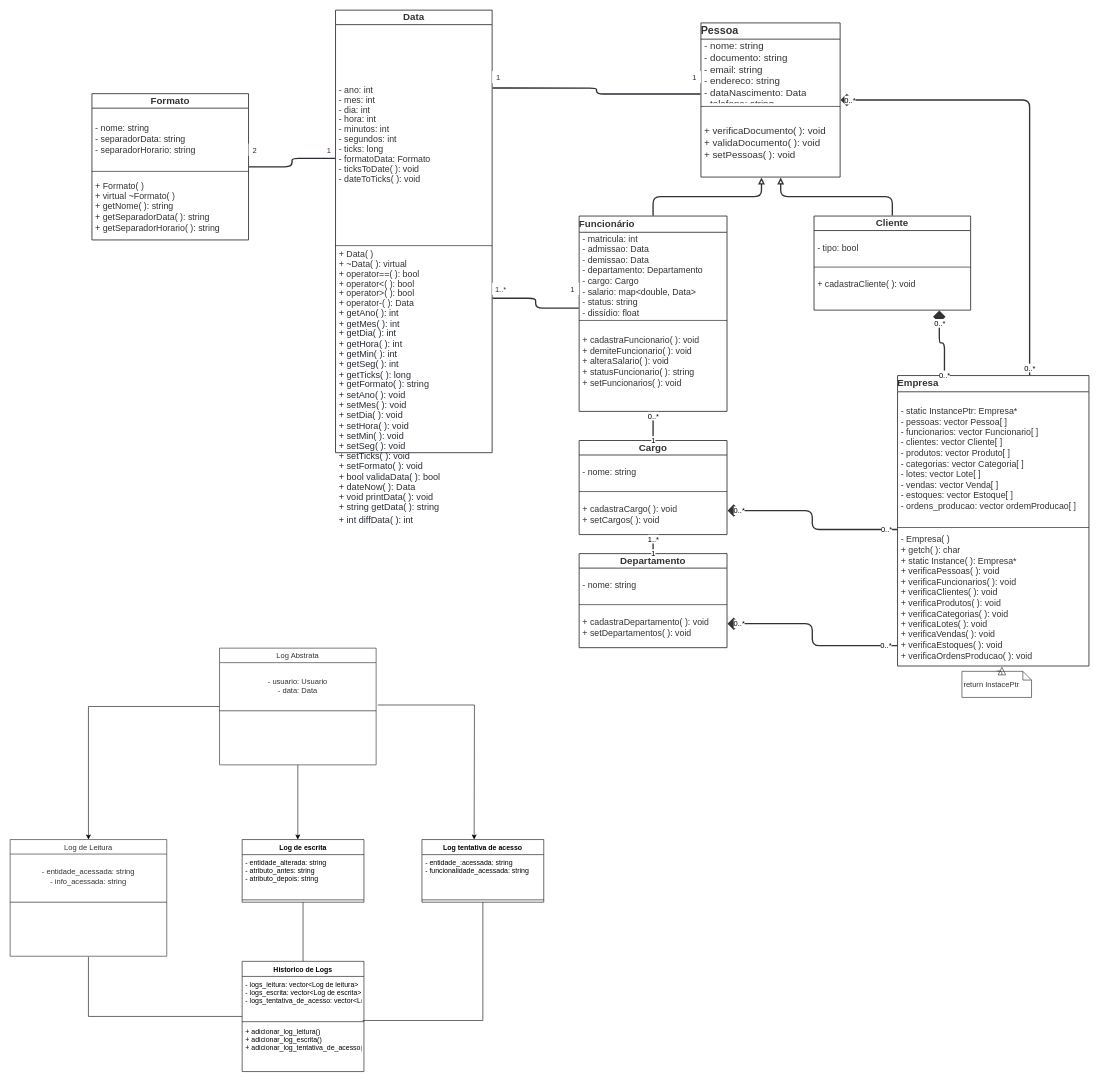
Above: page "Página-1" (1 of 2) of Diagrama sem nome.drawio in Biel-Maia/POO (draw.io), before the change. Source tidied: cells renumbered, new cells numbered last; positions are measured from the earlier drawing's top-left corner, leaving out a move shared by most shapes. Both pictures are drawn from the tidied source at 58%, with x=0, y=0 at pixel (10, 10).
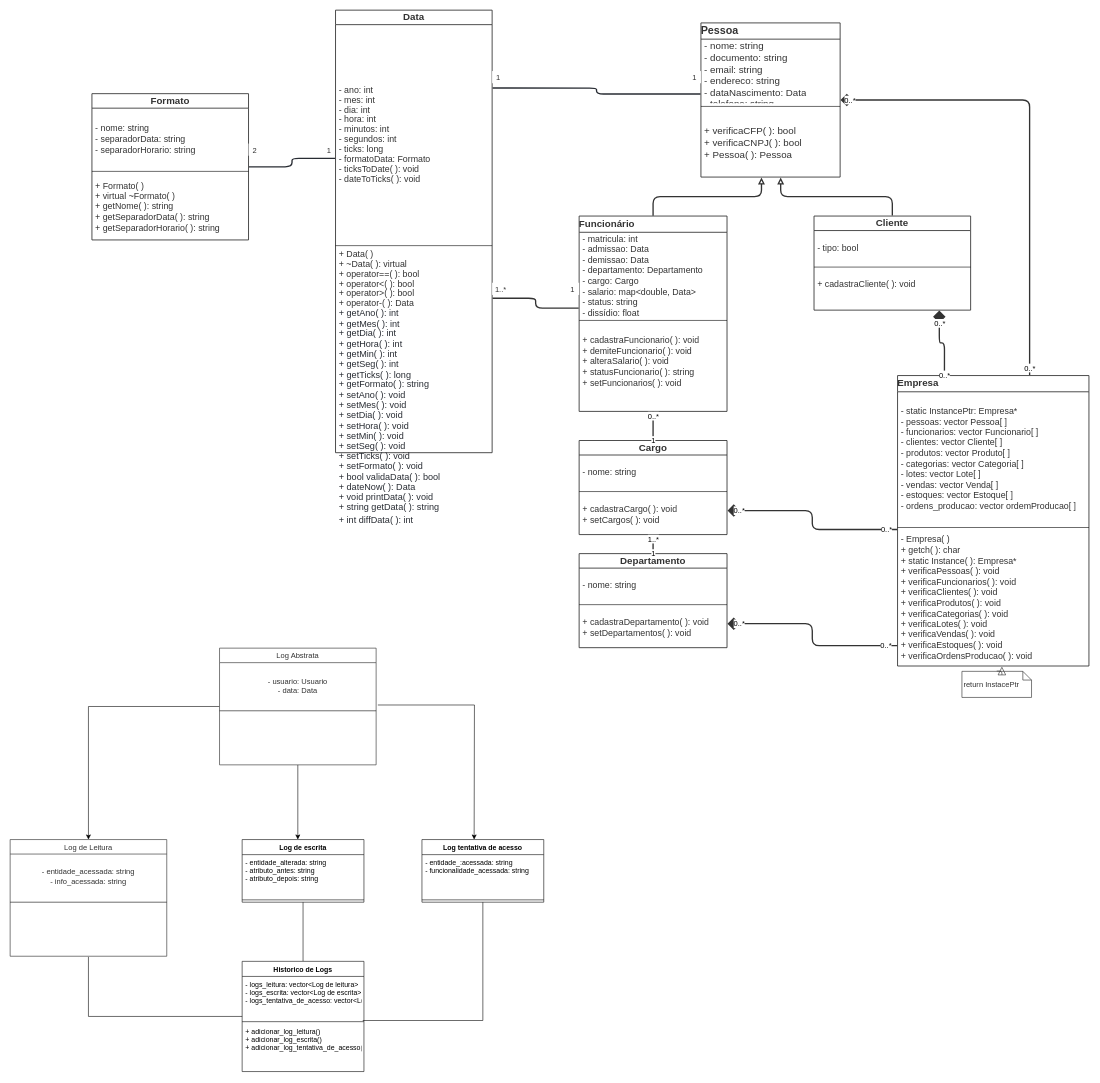
The same page after the edit.

The change refers to these unchanged cells:
```xml
<mxCell id="3" value="Pessoa" style="html=1;overflow=block;blockSpacing=1;swimlane;horizontal=1;swimlaneFillColor=#ffffff;startSize=28;whiteSpace=wrap;fontSize=18.5;fontColor=#333333;fontStyle=1;align=left;spacing=0;strokeColor=#333333;strokeOpacity=100;strokeWidth=1.5;" parent="1" vertex="1">
  <mxGeometry x="1191" y="22" width="240" height="265.8" as="geometry" />
</mxCell>
```

What changed in the source:
```diff
@@
-    <mxCell id="6" value="+ verificaDocumento( ): void&#10;+ validaDocumento( ): void&#10;+ setPessoas( ): void" style="html=1;strokeColor=none;fillColor=none;align=left;verticalAlign=middle;spacingLeft=4;spacingRight=4;overflow=hidden;swimlaneFillColor=#ffffff;strokeOpacity=100;whiteSpace=wrap;fontSize=16.8;fontColor=#333333;" parent="3" vertex="1">
+    <mxCell id="6" value="+ verificaCFP( ): bool&lt;br&gt;+ verificaCNPJ( ): bool&lt;br&gt;+ Pessoa( ): Pessoa" style="html=1;strokeColor=none;fillColor=none;align=left;verticalAlign=middle;spacingLeft=4;spacingRight=4;overflow=hidden;swimlaneFillColor=#ffffff;strokeOpacity=100;whiteSpace=wrap;fontSize=16.8;fontColor=#333333;" parent="3" vertex="1">
       <mxGeometry y="148" width="240" height="117.8" as="geometry" />
     </mxCell>
```
